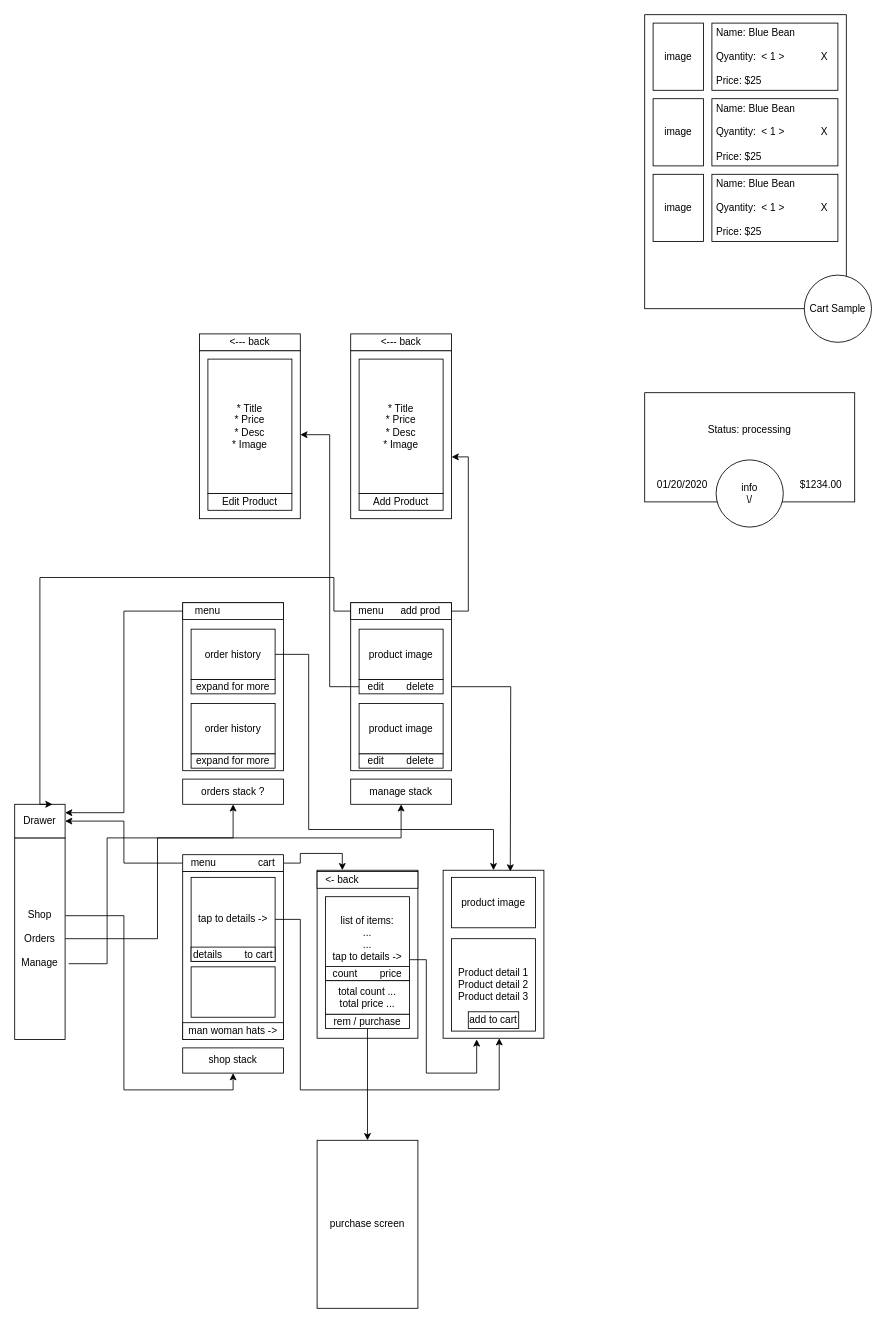
Tamplier2911/CrownClothingNative keeps this draw.io diagram as navigation.drawio. Above is the earlier version. Source tidied: cells renumbered, new cells numbered last; positions are measured from the earlier drawing's top-left corner, leaving out a move shared by most shapes. Both pictures are drawn from the tidied source at 84%, with x=0, y=0 at pixel (14, 14).
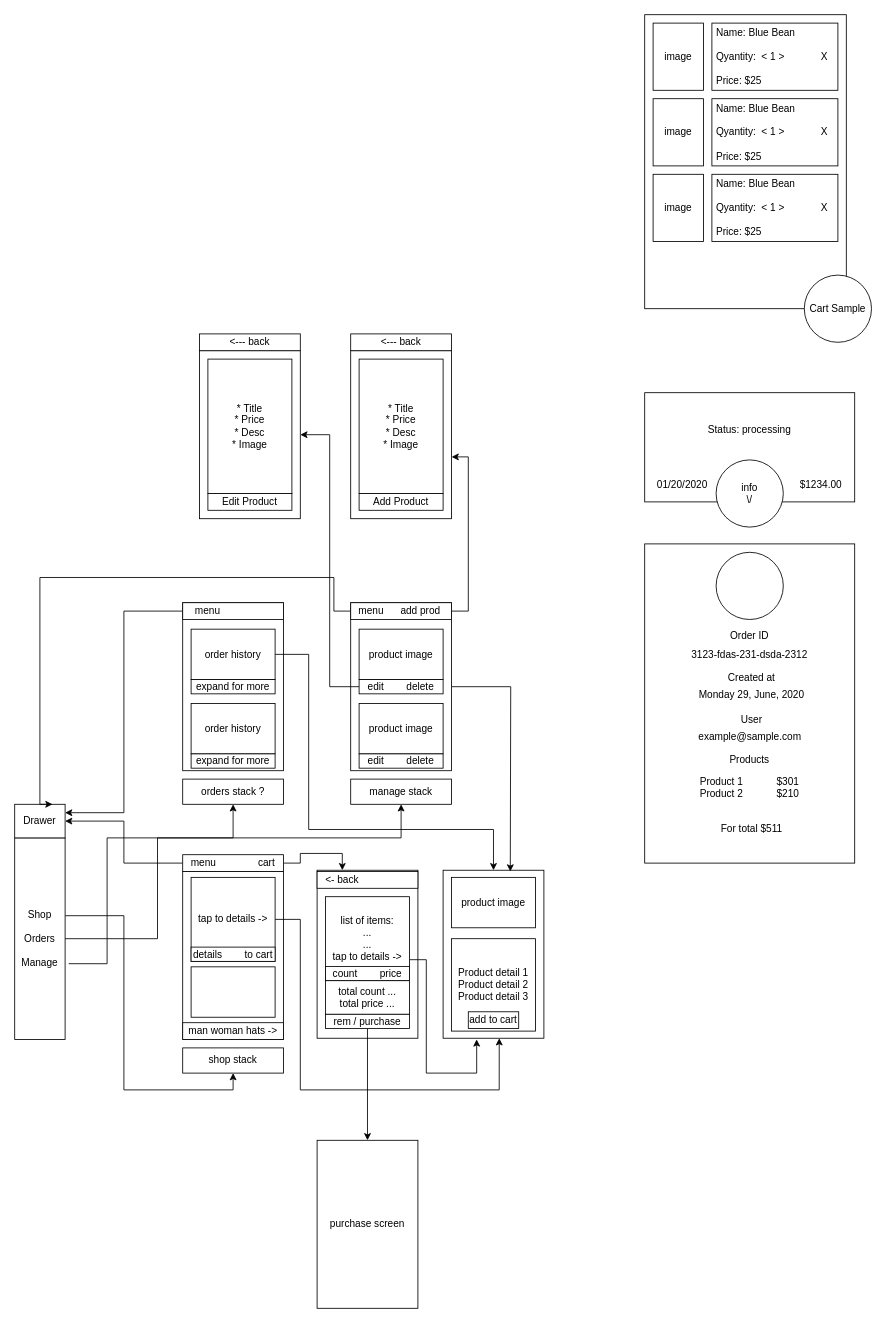
After the change.

Change to the diagram source:
```diff
@@
+    <mxCell id="72" style="rounded=0;whiteSpace=wrap;html=1;" parent="1" vertex="1">
+      <mxGeometry x="750" y="630" width="250" height="380" as="geometry" />
+    </mxCell>
+    <mxCell id="73" style="ellipse;whiteSpace=wrap;html=1;" parent="1" vertex="1">
+      <mxGeometry x="835" y="640" width="80" height="80" as="geometry" />
+    </mxCell>
+    <mxCell id="74" value="Order ID" style="text;html=1;strokeColor=none;fillColor=none;align=center;verticalAlign=middle;whiteSpace=wrap;rounded=0;" parent="1" vertex="1">
+      <mxGeometry x="850" y="730" width="50" height="20" as="geometry" />
+    </mxCell>
+    <mxCell id="75" value="3123-fdas-231-dsda-2312" style="text;html=1;strokeColor=none;fillColor=none;align=center;verticalAlign=middle;whiteSpace=wrap;rounded=0;" parent="1" vertex="1">
+      <mxGeometry x="770" y="751.5" width="210" height="20" as="geometry" />
+    </mxCell>
+    <mxCell id="76" value="Created at" style="text;html=1;strokeColor=none;fillColor=none;align=center;verticalAlign=middle;whiteSpace=wrap;rounded=0;" parent="1" vertex="1">
+      <mxGeometry x="825" y="780" width="105" height="20" as="geometry" />
+    </mxCell>
+    <mxCell id="77" value="Monday 29, June, 2020" style="text;html=1;strokeColor=none;fillColor=none;align=center;verticalAlign=middle;whiteSpace=wrap;rounded=0;" parent="1" vertex="1">
+      <mxGeometry x="790" y="800" width="175" height="20" as="geometry" />
+    </mxCell>
+    <mxCell id="78" value="User" style="text;html=1;strokeColor=none;fillColor=none;align=center;verticalAlign=middle;whiteSpace=wrap;rounded=0;" parent="1" vertex="1">
+      <mxGeometry x="825" y="830" width="105" height="20" as="geometry" />
+    </mxCell>
+    <mxCell id="79" value="example@sample.com" style="text;html=1;strokeColor=none;fillColor=none;align=center;verticalAlign=middle;whiteSpace=wrap;rounded=0;" parent="1" vertex="1">
+      <mxGeometry x="802.5" y="850" width="145" height="20" as="geometry" />
+    </mxCell>
+    <mxCell id="80" value="Products" style="text;html=1;strokeColor=none;fillColor=none;align=center;verticalAlign=middle;whiteSpace=wrap;rounded=0;" parent="1" vertex="1">
+      <mxGeometry x="800" y="877" width="150" height="20" as="geometry" />
+    </mxCell>
+    <mxCell id="81" value="Product 1&amp;nbsp; &amp;nbsp; &amp;nbsp; &amp;nbsp; &amp;nbsp; &amp;nbsp; $301&lt;br&gt;Product 2&amp;nbsp; &amp;nbsp; &amp;nbsp; &amp;nbsp; &amp;nbsp; &amp;nbsp; $210" style="text;html=1;strokeColor=none;fillColor=none;align=center;verticalAlign=middle;whiteSpace=wrap;rounded=0;" parent="1" vertex="1">
+      <mxGeometry x="800" y="880" width="150" height="80" as="geometry" />
+    </mxCell>
+    <mxCell id="82" value="For total $511" style="text;html=1;strokeColor=none;fillColor=none;align=center;verticalAlign=middle;whiteSpace=wrap;rounded=0;" parent="1" vertex="1">
+      <mxGeometry x="785" y="960" width="185" height="20" as="geometry" />
+    </mxCell>
```
